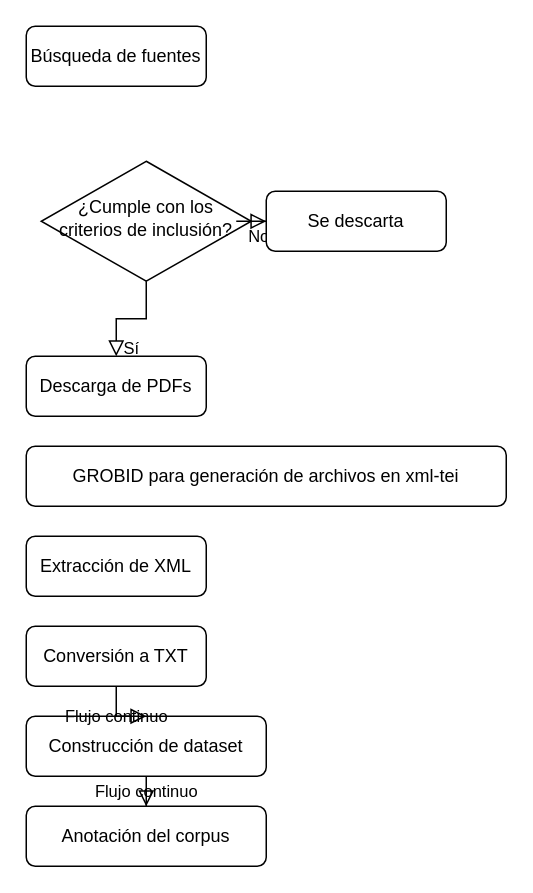
The draw.io diagram Diagrama sin título.drawio in isabel-mm/guacamole, before the edit. Source tidied: cells renumbered, new cells numbered last; positions are measured from the earlier drawing's top-left corner, leaving out a move shared by most shapes. Both pictures are drawn from the tidied source at 150%, with x=0, y=0 at pixel (26, 26).
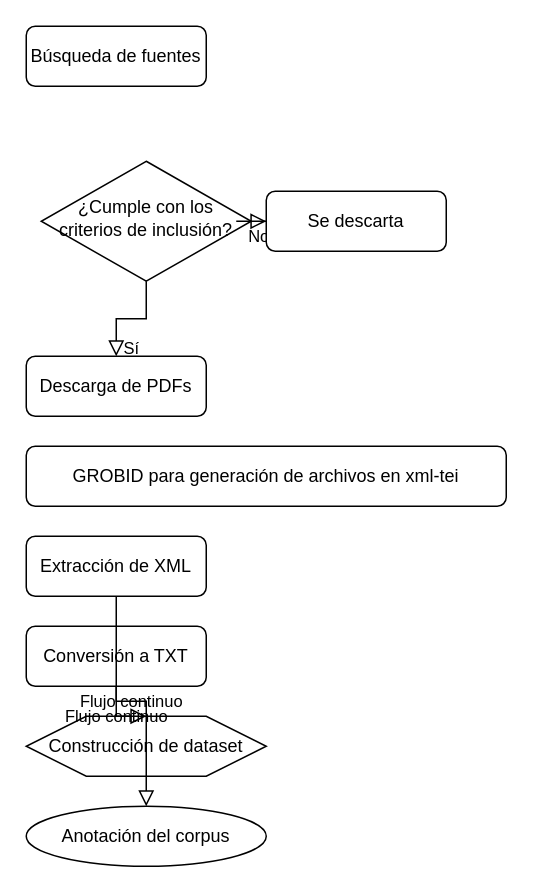
The same diagram, later.

Change to the diagram source:
```diff
@@
 <mxGraphModel>
   <root>
     <mxCell id="0" />
     <mxCell id="1" parent="0" />
     <mxCell id="2" value="Búsqueda de fuentes" style="rounded=1;whiteSpace=wrap;html=1;fontSize=12;glass=0;strokeWidth=1;shadow=0;" parent="1" vertex="1">
       <mxGeometry width="120" height="40" as="geometry" />
     </mxCell>
     <mxCell id="3" value="¿Cumple con los criterios de inclusión?" style="rhombus;whiteSpace=wrap;html=1;shadow=0;fontFamily=Helvetica;fontSize=12;align=center;strokeWidth=1;spacing=6;spacingTop=-4;" parent="1" vertex="1">
       <mxGeometry x="10" y="90" width="140" height="80" as="geometry" />
     </mxCell>
     <mxCell id="4" value="Sí" style="rounded=0;html=1;jettySize=auto;fontSize=11;endArrow=block;endFill=0;endSize=8;strokeWidth=1;shadow=0;labelBackgroundColor=none;edgeStyle=orthogonalEdgeStyle;" parent="1" edge="1" source="3" target="7">
       <mxGeometry y="20" relative="1" as="geometry" />
     </mxCell>
     <mxCell id="5" value="No" style="edgeStyle=orthogonalEdgeStyle;rounded=0;html=1;jettySize=auto;fontSize=11;endArrow=block;endFill=0;endSize=8;strokeWidth=1;shadow=0;labelBackgroundColor=none;" parent="1" edge="1" source="3" target="6">
       <mxGeometry y="10" relative="1" as="geometry" />
     </mxCell>
     <mxCell id="6" value="Se descarta" style="rounded=1;whiteSpace=wrap;html=1;fontSize=12;glass=0;strokeWidth=1;shadow=0;" parent="1" vertex="1">
       <mxGeometry x="160" y="110" width="120" height="40" as="geometry" />
     </mxCell>
     <mxCell id="7" value="Descarga de PDFs" style="rounded=1;whiteSpace=wrap;html=1;fontSize=12;glass=0;strokeWidth=1;shadow=0;" parent="1" vertex="1">
       <mxGeometry y="220" width="120" height="40" as="geometry" />
     </mxCell>
     <mxCell id="8" value="GROBID para generación de archivos en xml-tei" style="rounded=1;whiteSpace=wrap;html=1;fontSize=12;glass=0;strokeWidth=1;shadow=0;" parent="1" vertex="1">
       <mxGeometry y="280" width="320" height="40" as="geometry" />
     </mxCell>
     <mxCell id="9" value="Extracción de XML" style="rounded=1;whiteSpace=wrap;html=1;fontSize=12;glass=0;strokeWidth=1;shadow=0;" parent="1" vertex="1">
       <mxGeometry y="340" width="120" height="40" as="geometry" />
     </mxCell>
     <mxCell id="10" value="Conversión a TXT" style="rounded=1;whiteSpace=wrap;html=1;fontSize=12;glass=0;strokeWidth=1;shadow=0;" parent="1" vertex="1">
       <mxGeometry y="400" width="120" height="40" as="geometry" />
     </mxCell>
-    <mxCell id="11" value="Construcción de dataset" style="rounded=1;whiteSpace=wrap;html=1;fontSize=12;glass=0;strokeWidth=1;shadow=0;" parent="1" vertex="1">
+    <mxCell id="11" value="Construcción de dataset" style="shape=hexagon;whiteSpace=wrap;html=1;fontSize=12;glass=0;strokeWidth=1;shadow=0;" parent="1" vertex="1">
       <mxGeometry y="460" width="160" height="40" as="geometry" />
     </mxCell>
-    <mxCell id="12" value="Anotación del corpus" style="rounded=1;whiteSpace=wrap;html=1;fontSize=12;glass=0;strokeWidth=1;shadow=0;" parent="1" vertex="1">
+    <mxCell id="12" value="Anotación del corpus" style="shape=ellipse;whiteSpace=wrap;html=1;fontSize=12;glass=0;strokeWidth=1;shadow=0;" parent="1" vertex="1">
       <mxGeometry y="520" width="160" height="40" as="geometry" />
     </mxCell>
     <mxCell id="13" value="Flujo continuo" style="edgeStyle=orthogonalEdgeStyle;rounded=0;html=1;jettySize=auto;fontSize=11;endArrow=block;endFill=0;endSize=8;strokeWidth=1;shadow=0;labelBackgroundColor=none;" parent="1" edge="1" source="10" target="11">
       <mxGeometry relative="1" as="geometry" />
     </mxCell>
-    <mxCell id="14" value="Flujo continuo" style="edgeStyle=orthogonalEdgeStyle;rounded=0;html=1;jettySize=auto;fontSize=11;endArrow=block;endFill=0;endSize=8;strokeWidth=1;shadow=0;labelBackgroundColor=none;" parent="1" edge="1" source="11" target="12">
+    <mxCell id="14" value="Flujo continuo" style="edgeStyle=orthogonalEdgeStyle;rounded=0;html=1;jettySize=auto;fontSize=11;endArrow=block;endFill=0;endSize=8;strokeWidth=1;shadow=0;labelBackgroundColor=none;" parent="1" edge="1" source="9" target="12">
       <mxGeometry relative="1" as="geometry" />
     </mxCell>
   </root>
 </mxGraphModel>
```
